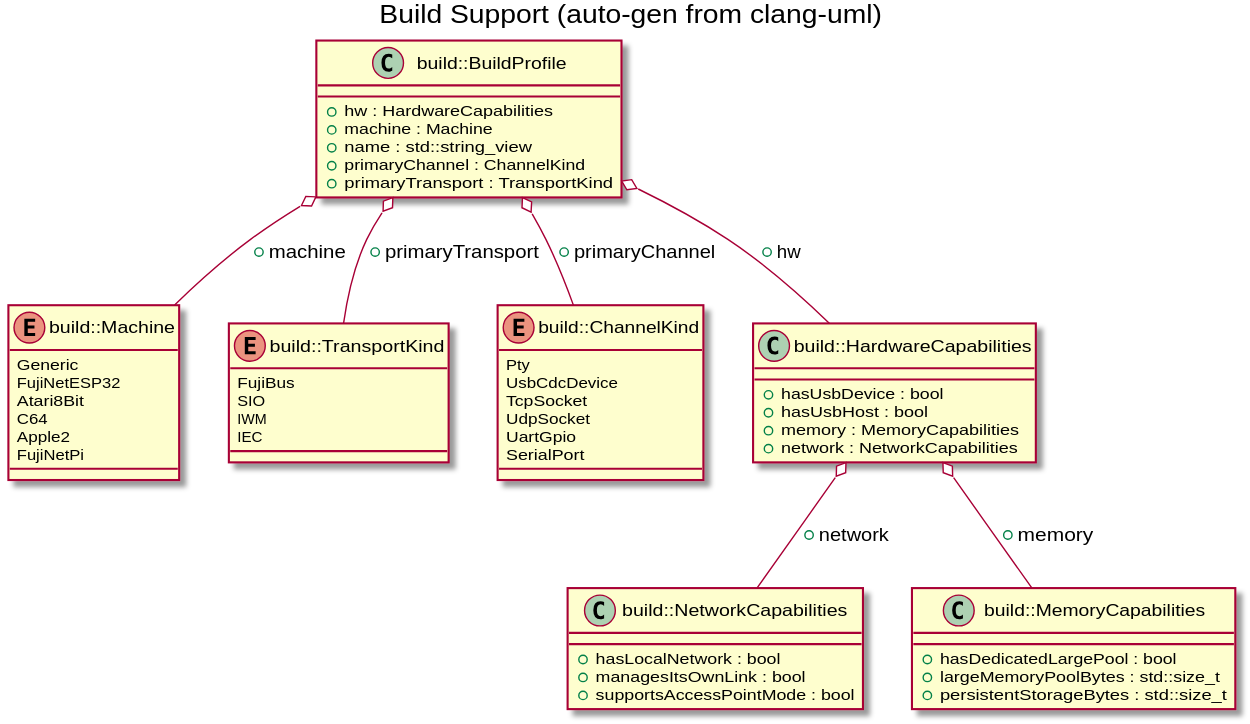
Before: docs/images/gen_build_support.svg, a diagram exported from PlantUML (jeffpiep/fujinet-nio).
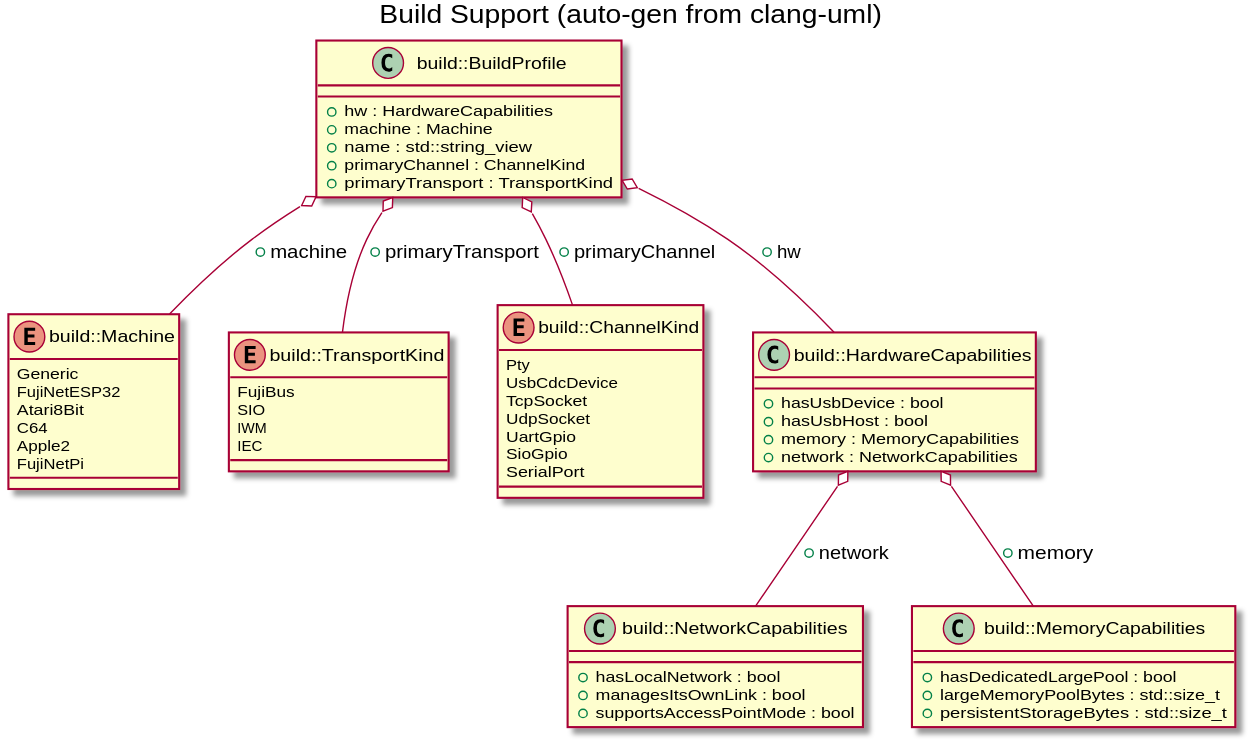
After the change.

Commit message:
chore: update auto-generated UML diagrams

What changed in the source:
```diff
@@ -23,6 +23,7 @@
 TcpSocket
 UdpSocket
 UartGpio
+SioGpio
 SerialPort
 }
 class "build::NetworkCapabilities" as C_0008019720847980173585
```
